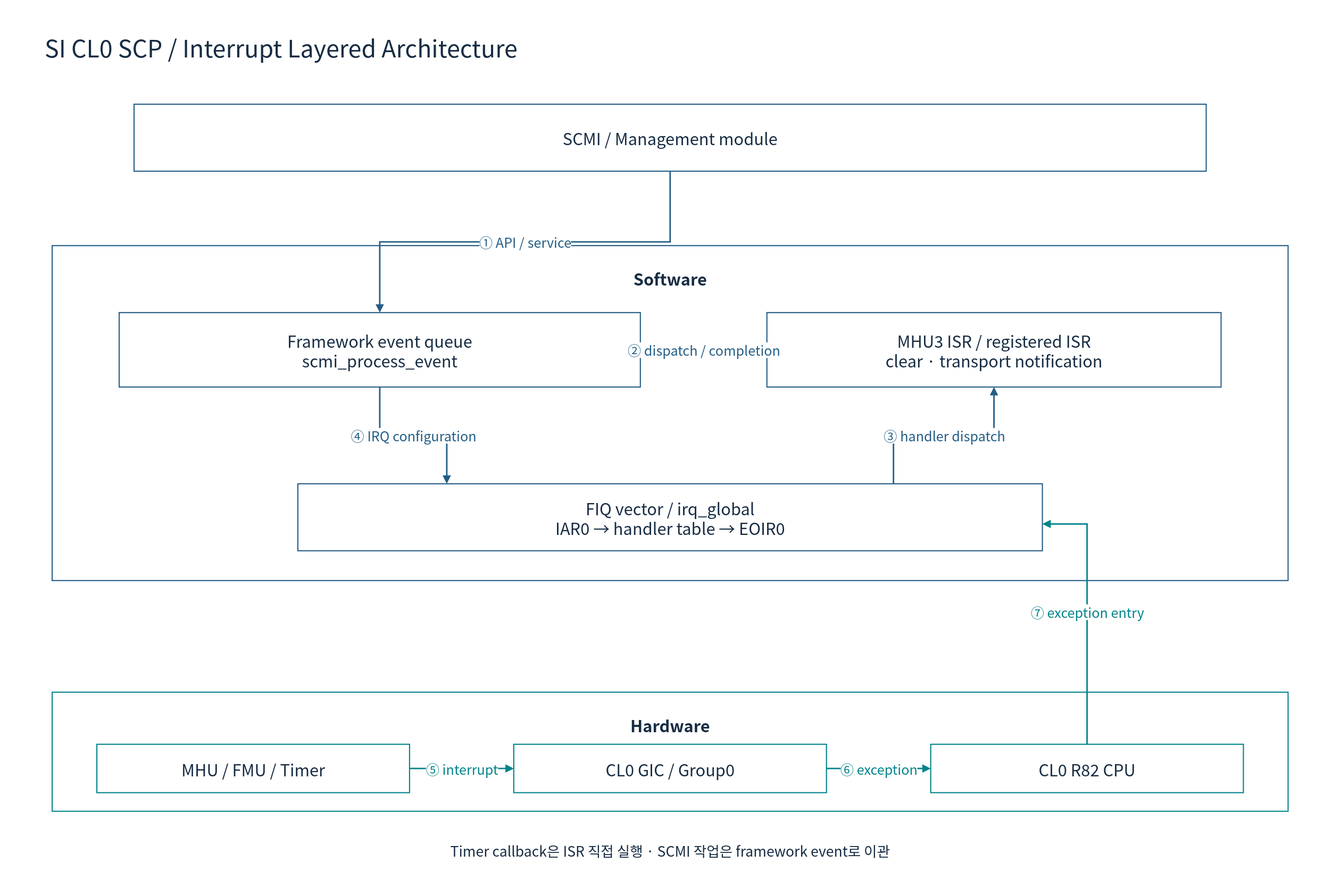
Earlier version of the draw.io export doc/phase1/interrupt/diagrams/08e-scp-software.drawio.svg (cometzero/project-apollo). Source tidied: cells renumbered, new cells last; positions are measured from the earlier drawing's top-left corner, leaving out a move shared by most shapes. Its diagram source:
```xml
<mxGraphModel background="#FFFFFF">
  <root>
    <mxCell id="0" />
    <mxCell id="1" parent="0" />
    <mxCell id="2" style="rounded=0;whiteSpace=wrap;html=1;fillColor=#FFFFFF;strokeColor=none;strokeWidth=1.5;fontColor=#172C43;fontFamily=Noto Sans CJK KR;fontSize=22;spacing=10;" parent="1" vertex="1">
      <mxGeometry width="1800" height="1180" as="geometry" />
    </mxCell>
    <mxCell id="3" value="SI CL0 SCP / Interrupt Layered Architecture" style="rounded=0;whiteSpace=wrap;html=1;fillColor=#FFFFFF;strokeColor=none;strokeWidth=1.5;fontColor=#172C43;fontFamily=Noto Sans CJK KR;fontSize=22;spacing=10;fontSize=32;align=left;" parent="1" vertex="1">
      <mxGeometry x="50" y="30" width="1700" height="65" as="geometry" />
    </mxCell>
    <mxCell id="4" value="SCMI / Management module" style="rounded=0;whiteSpace=wrap;html=1;fillColor=#FFFFFF;strokeColor=#235D86;strokeWidth=1.5;fontColor=#172C43;fontFamily=Noto Sans CJK KR;fontSize=22;spacing=10;" parent="1" vertex="1">
      <mxGeometry x="180" y="140" width="1440" height="90" as="geometry" />
    </mxCell>
    <mxCell id="5" value="Software" style="rounded=0;whiteSpace=wrap;html=1;fillColor=#FFFFFF;strokeColor=#235D86;strokeWidth=1.5;fontColor=#172C43;fontFamily=Noto Sans CJK KR;fontSize=22;spacing=10;verticalAlign=top;fontStyle=1;spacingTop=16;" parent="1" vertex="1">
      <mxGeometry x="70" y="330" width="1660" height="450" as="geometry" />
    </mxCell>
    <mxCell id="6" value="Framework event queue&#10;scmi_process_event" style="rounded=0;whiteSpace=wrap;html=1;fillColor=#FFFFFF;strokeColor=#235D86;strokeWidth=1.5;fontColor=#172C43;fontFamily=Noto Sans CJK KR;fontSize=22;spacing=10;" parent="1" vertex="1">
      <mxGeometry x="160" y="420" width="700" height="100" as="geometry" />
    </mxCell>
    <mxCell id="7" value="MHU3 ISR / registered ISR&#10;clear · transport notification" style="rounded=0;whiteSpace=wrap;html=1;fillColor=#FFFFFF;strokeColor=#235D86;strokeWidth=1.5;fontColor=#172C43;fontFamily=Noto Sans CJK KR;fontSize=22;spacing=10;" parent="1" vertex="1">
      <mxGeometry x="1030" y="420" width="610" height="100" as="geometry" />
    </mxCell>
    <mxCell id="8" value="FIQ vector / irq_global&#10;IAR0 → handler table → EOIR0" style="rounded=0;whiteSpace=wrap;html=1;fillColor=#FFFFFF;strokeColor=#235D86;strokeWidth=1.5;fontColor=#172C43;fontFamily=Noto Sans CJK KR;fontSize=22;spacing=10;" parent="1" vertex="1">
      <mxGeometry x="400" y="650" width="1000" height="90" as="geometry" />
    </mxCell>
    <mxCell id="9" value="① API / service" style="edgeStyle=orthogonalEdgeStyle;rounded=0;html=1;endArrow=block;endFill=1;strokeWidth=2;strokeColor=#235D86;fontColor=#235D86;fontFamily=Noto Sans CJK KR;fontSize=18;labelBackgroundColor=#FFFFFF;" parent="1" edge="1" source="4" target="6">
      <mxGeometry relative="1" as="geometry" />
    </mxCell>
    <mxCell id="10" value="② dispatch / completion" style="edgeStyle=orthogonalEdgeStyle;rounded=0;html=1;endArrow=block;endFill=1;strokeWidth=2;strokeColor=#235D86;fontColor=#235D86;fontFamily=Noto Sans CJK KR;fontSize=18;labelBackgroundColor=#FFFFFF;" parent="1" edge="1" source="7" target="6">
      <mxGeometry relative="1" as="geometry" />
    </mxCell>
    <mxCell id="11" value="③ handler dispatch" style="edgeStyle=orthogonalEdgeStyle;rounded=0;html=1;endArrow=block;endFill=1;strokeWidth=2;strokeColor=#235D86;fontColor=#235D86;fontFamily=Noto Sans CJK KR;fontSize=18;labelBackgroundColor=#FFFFFF;exitX=0.8;exitY=0;entryX=0.5;entryY=1;" parent="1" edge="1" source="8" target="7">
      <mxGeometry relative="1" as="geometry" />
    </mxCell>
    <mxCell id="12" value="④ IRQ configuration" style="edgeStyle=orthogonalEdgeStyle;rounded=0;html=1;endArrow=block;endFill=1;strokeWidth=2;strokeColor=#235D86;fontColor=#235D86;fontFamily=Noto Sans CJK KR;fontSize=18;labelBackgroundColor=#FFFFFF;exitX=0.5;exitY=1;entryX=0.2;entryY=0;" parent="1" edge="1" source="6" target="8">
      <mxGeometry relative="1" as="geometry" />
    </mxCell>
    <mxCell id="13" value="Hardware" style="rounded=0;whiteSpace=wrap;html=1;fillColor=#FFFFFF;strokeColor=#00838A;strokeWidth=1.5;fontColor=#172C43;fontFamily=Noto Sans CJK KR;fontSize=22;spacing=10;verticalAlign=top;fontStyle=1;spacingTop=16;" parent="1" vertex="1">
      <mxGeometry x="70" y="930" width="1660" height="160" as="geometry" />
    </mxCell>
    <mxCell id="14" value="MHU / FMU / Timer" style="rounded=0;whiteSpace=wrap;html=1;fillColor=#FFFFFF;strokeColor=#00838A;strokeWidth=1.5;fontColor=#172C43;fontFamily=Noto Sans CJK KR;fontSize=22;spacing=10;" parent="1" vertex="1">
      <mxGeometry x="130" y="1000" width="420" height="65" as="geometry" />
    </mxCell>
    <mxCell id="15" value="CL0 GIC / Group0" style="rounded=0;whiteSpace=wrap;html=1;fillColor=#FFFFFF;strokeColor=#00838A;strokeWidth=1.5;fontColor=#172C43;fontFamily=Noto Sans CJK KR;fontSize=22;spacing=10;" parent="1" vertex="1">
      <mxGeometry x="690" y="1000" width="420" height="65" as="geometry" />
    </mxCell>
    <mxCell id="16" value="CL0 R82 CPU" style="rounded=0;whiteSpace=wrap;html=1;fillColor=#FFFFFF;strokeColor=#00838A;strokeWidth=1.5;fontColor=#172C43;fontFamily=Noto Sans CJK KR;fontSize=22;spacing=10;" parent="1" vertex="1">
      <mxGeometry x="1250" y="1000" width="420" height="65" as="geometry" />
    </mxCell>
    <mxCell id="17" value="⑤ interrupt" style="edgeStyle=orthogonalEdgeStyle;rounded=0;html=1;endArrow=block;endFill=1;strokeWidth=2;strokeColor=#00838A;fontColor=#00838A;fontFamily=Noto Sans CJK KR;fontSize=18;labelBackgroundColor=#FFFFFF;" parent="1" edge="1" source="14" target="15">
      <mxGeometry relative="1" as="geometry" />
    </mxCell>
    <mxCell id="18" value="⑥ exception" style="edgeStyle=orthogonalEdgeStyle;rounded=0;html=1;endArrow=block;endFill=1;strokeWidth=2;strokeColor=#00838A;fontColor=#00838A;fontFamily=Noto Sans CJK KR;fontSize=18;labelBackgroundColor=#FFFFFF;" parent="1" edge="1" source="15" target="16">
      <mxGeometry relative="1" as="geometry" />
    </mxCell>
    <mxCell id="19" value="⑦ exception entry" style="edgeStyle=orthogonalEdgeStyle;rounded=0;html=1;endArrow=block;endFill=1;strokeWidth=2;strokeColor=#00838A;fontColor=#00838A;fontFamily=Noto Sans CJK KR;fontSize=18;labelBackgroundColor=#FFFFFF;exitX=0.5;exitY=0;entryX=1;entryY=0.6;" parent="1" edge="1" source="16" target="8">
      <mxGeometry relative="1" as="geometry" />
    </mxCell>
    <mxCell id="20" value="Timer callback은 ISR 직접 실행 · SCMI 작업은 framework event로 이관" style="rounded=0;whiteSpace=wrap;html=1;fillColor=#FFFFFF;strokeColor=none;strokeWidth=1.5;fontColor=#172C43;fontFamily=Noto Sans CJK KR;fontSize=22;spacing=10;fontSize=19;" parent="1" vertex="1">
      <mxGeometry x="70" y="1120" width="1660" height="45" as="geometry" />
    </mxCell>
  </root>
</mxGraphModel>
```
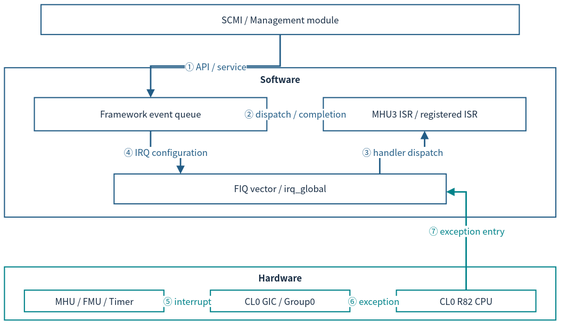
Later version of the same file.

Diff of the diagram source:
```diff
@@ -2,62 +2,53 @@
   <root>
     <mxCell id="0" />
     <mxCell id="1" parent="0" />
-    <mxCell id="2" style="rounded=0;whiteSpace=wrap;html=1;fillColor=#FFFFFF;strokeColor=none;strokeWidth=1.5;fontColor=#172C43;fontFamily=Noto Sans CJK KR;fontSize=22;spacing=10;" parent="1" vertex="1">
-      <mxGeometry width="1800" height="1180" as="geometry" />
-    </mxCell>
-    <mxCell id="3" value="SI CL0 SCP / Interrupt Layered Architecture" style="rounded=0;whiteSpace=wrap;html=1;fillColor=#FFFFFF;strokeColor=none;strokeWidth=1.5;fontColor=#172C43;fontFamily=Noto Sans CJK KR;fontSize=22;spacing=10;fontSize=32;align=left;" parent="1" vertex="1">
-      <mxGeometry x="50" y="30" width="1700" height="65" as="geometry" />
-    </mxCell>
-    <mxCell id="4" value="SCMI / Management module" style="rounded=0;whiteSpace=wrap;html=1;fillColor=#FFFFFF;strokeColor=#235D86;strokeWidth=1.5;fontColor=#172C43;fontFamily=Noto Sans CJK KR;fontSize=22;spacing=10;" parent="1" vertex="1">
-      <mxGeometry x="180" y="140" width="1440" height="90" as="geometry" />
+    <mxCell id="4" value="SCMI / Management module" style="rounded=0;whiteSpace=wrap;html=1;fillColor=#FFFFFF;strokeColor=#235D86;strokeWidth=1.5;fontColor=#172C43;fontFamily=Noto Sans CJK KR;fontSize=12;spacing=3;whiteSpace=wrap;" parent="1" vertex="1">
+      <mxGeometry x="61" y="12" width="641.9" height="40.1" as="geometry" />
     </mxCell>
-    <mxCell id="5" value="Software" style="rounded=0;whiteSpace=wrap;html=1;fillColor=#FFFFFF;strokeColor=#235D86;strokeWidth=1.5;fontColor=#172C43;fontFamily=Noto Sans CJK KR;fontSize=22;spacing=10;verticalAlign=top;fontStyle=1;spacingTop=16;" parent="1" vertex="1">
-      <mxGeometry x="70" y="330" width="1660" height="450" as="geometry" />
+    <mxCell id="5" value="Software" style="rounded=0;whiteSpace=wrap;html=1;fillColor=#FFFFFF;strokeColor=#235D86;strokeWidth=1.5;fontColor=#172C43;fontFamily=Noto Sans CJK KR;verticalAlign=top;fontStyle=1;fontSize=12;spacing=3;whiteSpace=wrap;" parent="1" vertex="1">
+      <mxGeometry x="12" y="96.7" width="740" height="200.6" as="geometry" />
     </mxCell>
-    <mxCell id="6" value="Framework event queue&#10;scmi_process_event" style="rounded=0;whiteSpace=wrap;html=1;fillColor=#FFFFFF;strokeColor=#235D86;strokeWidth=1.5;fontColor=#172C43;fontFamily=Noto Sans CJK KR;fontSize=22;spacing=10;" parent="1" vertex="1">
-      <mxGeometry x="160" y="420" width="700" height="100" as="geometry" />
+    <mxCell id="6" value="Framework event queue" style="rounded=0;whiteSpace=wrap;html=1;fillColor=#FFFFFF;strokeColor=#235D86;strokeWidth=1.5;fontColor=#172C43;fontFamily=Noto Sans CJK KR;fontSize=12;spacing=3;whiteSpace=wrap;" parent="1" vertex="1">
+      <mxGeometry x="52.1" y="136.8" width="312.1" height="44.6" as="geometry" />
     </mxCell>
-    <mxCell id="7" value="MHU3 ISR / registered ISR&#10;clear · transport notification" style="rounded=0;whiteSpace=wrap;html=1;fillColor=#FFFFFF;strokeColor=#235D86;strokeWidth=1.5;fontColor=#172C43;fontFamily=Noto Sans CJK KR;fontSize=22;spacing=10;" parent="1" vertex="1">
-      <mxGeometry x="1030" y="420" width="610" height="100" as="geometry" />
+    <mxCell id="7" value="MHU3 ISR / registered ISR" style="rounded=0;whiteSpace=wrap;html=1;fillColor=#FFFFFF;strokeColor=#235D86;strokeWidth=1.5;fontColor=#172C43;fontFamily=Noto Sans CJK KR;fontSize=12;spacing=3;whiteSpace=wrap;" parent="1" vertex="1">
+      <mxGeometry x="439.9" y="136.8" width="271.9" height="44.6" as="geometry" />
     </mxCell>
-    <mxCell id="8" value="FIQ vector / irq_global&#10;IAR0 → handler table → EOIR0" style="rounded=0;whiteSpace=wrap;html=1;fillColor=#FFFFFF;strokeColor=#235D86;strokeWidth=1.5;fontColor=#172C43;fontFamily=Noto Sans CJK KR;fontSize=22;spacing=10;" parent="1" vertex="1">
-      <mxGeometry x="400" y="650" width="1000" height="90" as="geometry" />
+    <mxCell id="8" value="FIQ vector / irq_global" style="rounded=0;whiteSpace=wrap;html=1;fillColor=#FFFFFF;strokeColor=#235D86;strokeWidth=1.5;fontColor=#172C43;fontFamily=Noto Sans CJK KR;fontSize=12;spacing=3;whiteSpace=wrap;" parent="1" vertex="1">
+      <mxGeometry x="159.1" y="239.3" width="445.8" height="40.1" as="geometry" />
     </mxCell>
-    <mxCell id="9" value="① API / service" style="edgeStyle=orthogonalEdgeStyle;rounded=0;html=1;endArrow=block;endFill=1;strokeWidth=2;strokeColor=#235D86;fontColor=#235D86;fontFamily=Noto Sans CJK KR;fontSize=18;labelBackgroundColor=#FFFFFF;" parent="1" edge="1" source="4" target="6">
+    <mxCell id="9" value="① API / service" style="edgeStyle=orthogonalEdgeStyle;rounded=0;html=1;endArrow=block;endFill=1;strokeWidth=2;strokeColor=#235D86;fontColor=#235D86;fontFamily=Noto Sans CJK KR;labelBackgroundColor=#FFFFFF;fontSize=12;spacing=3;whiteSpace=nowrap;" parent="1" edge="1" source="4" target="6">
       <mxGeometry relative="1" as="geometry" />
     </mxCell>
-    <mxCell id="10" value="② dispatch / completion" style="edgeStyle=orthogonalEdgeStyle;rounded=0;html=1;endArrow=block;endFill=1;strokeWidth=2;strokeColor=#235D86;fontColor=#235D86;fontFamily=Noto Sans CJK KR;fontSize=18;labelBackgroundColor=#FFFFFF;" parent="1" edge="1" source="7" target="6">
+    <mxCell id="10" value="② dispatch / completion" style="edgeStyle=orthogonalEdgeStyle;rounded=0;html=1;endArrow=block;endFill=1;strokeWidth=2;strokeColor=#235D86;fontColor=#235D86;fontFamily=Noto Sans CJK KR;labelBackgroundColor=#FFFFFF;fontSize=12;spacing=3;whiteSpace=nowrap;" parent="1" edge="1" source="7" target="6">
       <mxGeometry relative="1" as="geometry" />
     </mxCell>
-    <mxCell id="11" value="③ handler dispatch" style="edgeStyle=orthogonalEdgeStyle;rounded=0;html=1;endArrow=block;endFill=1;strokeWidth=2;strokeColor=#235D86;fontColor=#235D86;fontFamily=Noto Sans CJK KR;fontSize=18;labelBackgroundColor=#FFFFFF;exitX=0.8;exitY=0;entryX=0.5;entryY=1;" parent="1" edge="1" source="8" target="7">
+    <mxCell id="11" value="③ handler dispatch" style="edgeStyle=orthogonalEdgeStyle;rounded=0;html=1;endArrow=block;endFill=1;strokeWidth=2;strokeColor=#235D86;fontColor=#235D86;fontFamily=Noto Sans CJK KR;labelBackgroundColor=#FFFFFF;exitX=0.8;exitY=0;entryX=0.5;entryY=1;fontSize=12;spacing=3;whiteSpace=nowrap;" parent="1" edge="1" source="8" target="7">
       <mxGeometry relative="1" as="geometry" />
     </mxCell>
-    <mxCell id="12" value="④ IRQ configuration" style="edgeStyle=orthogonalEdgeStyle;rounded=0;html=1;endArrow=block;endFill=1;strokeWidth=2;strokeColor=#235D86;fontColor=#235D86;fontFamily=Noto Sans CJK KR;fontSize=18;labelBackgroundColor=#FFFFFF;exitX=0.5;exitY=1;entryX=0.2;entryY=0;" parent="1" edge="1" source="6" target="8">
+    <mxCell id="12" value="④ IRQ configuration" style="edgeStyle=orthogonalEdgeStyle;rounded=0;html=1;endArrow=block;endFill=1;strokeWidth=2;strokeColor=#235D86;fontColor=#235D86;fontFamily=Noto Sans CJK KR;labelBackgroundColor=#FFFFFF;exitX=0.5;exitY=1;entryX=0.2;entryY=0;fontSize=12;spacing=3;whiteSpace=nowrap;" parent="1" edge="1" source="6" target="8">
       <mxGeometry relative="1" as="geometry" />
     </mxCell>
-    <mxCell id="13" value="Hardware" style="rounded=0;whiteSpace=wrap;html=1;fillColor=#FFFFFF;strokeColor=#00838A;strokeWidth=1.5;fontColor=#172C43;fontFamily=Noto Sans CJK KR;fontSize=22;spacing=10;verticalAlign=top;fontStyle=1;spacingTop=16;" parent="1" vertex="1">
-      <mxGeometry x="70" y="930" width="1660" height="160" as="geometry" />
+    <mxCell id="13" value="Hardware" style="rounded=0;whiteSpace=wrap;html=1;fillColor=#FFFFFF;strokeColor=#00838A;strokeWidth=1.5;fontColor=#172C43;fontFamily=Noto Sans CJK KR;verticalAlign=top;fontStyle=1;fontSize=12;spacing=3;whiteSpace=wrap;" parent="1" vertex="1">
+      <mxGeometry x="12" y="364.2" width="740" height="71.3" as="geometry" />
     </mxCell>
-    <mxCell id="14" value="MHU / FMU / Timer" style="rounded=0;whiteSpace=wrap;html=1;fillColor=#FFFFFF;strokeColor=#00838A;strokeWidth=1.5;fontColor=#172C43;fontFamily=Noto Sans CJK KR;fontSize=22;spacing=10;" parent="1" vertex="1">
-      <mxGeometry x="130" y="1000" width="420" height="65" as="geometry" />
+    <mxCell id="14" value="MHU / FMU / Timer" style="rounded=0;whiteSpace=wrap;html=1;fillColor=#FFFFFF;strokeColor=#00838A;strokeWidth=1.5;fontColor=#172C43;fontFamily=Noto Sans CJK KR;fontSize=12;spacing=3;whiteSpace=wrap;" parent="1" vertex="1">
+      <mxGeometry x="38.8" y="395.4" width="187.2" height="29" as="geometry" />
     </mxCell>
-    <mxCell id="15" value="CL0 GIC / Group0" style="rounded=0;whiteSpace=wrap;html=1;fillColor=#FFFFFF;strokeColor=#00838A;strokeWidth=1.5;fontColor=#172C43;fontFamily=Noto Sans CJK KR;fontSize=22;spacing=10;" parent="1" vertex="1">
-      <mxGeometry x="690" y="1000" width="420" height="65" as="geometry" />
+    <mxCell id="15" value="CL0 GIC / Group0" style="rounded=0;whiteSpace=wrap;html=1;fillColor=#FFFFFF;strokeColor=#00838A;strokeWidth=1.5;fontColor=#172C43;fontFamily=Noto Sans CJK KR;fontSize=12;spacing=3;whiteSpace=wrap;" parent="1" vertex="1">
+      <mxGeometry x="288.4" y="395.4" width="187.2" height="29" as="geometry" />
     </mxCell>
-    <mxCell id="16" value="CL0 R82 CPU" style="rounded=0;whiteSpace=wrap;html=1;fillColor=#FFFFFF;strokeColor=#00838A;strokeWidth=1.5;fontColor=#172C43;fontFamily=Noto Sans CJK KR;fontSize=22;spacing=10;" parent="1" vertex="1">
-      <mxGeometry x="1250" y="1000" width="420" height="65" as="geometry" />
+    <mxCell id="16" value="CL0 R82 CPU" style="rounded=0;whiteSpace=wrap;html=1;fillColor=#FFFFFF;strokeColor=#00838A;strokeWidth=1.5;fontColor=#172C43;fontFamily=Noto Sans CJK KR;fontSize=12;spacing=3;whiteSpace=wrap;" parent="1" vertex="1">
+      <mxGeometry x="538" y="395.4" width="187.2" height="29" as="geometry" />
     </mxCell>
-    <mxCell id="17" value="⑤ interrupt" style="edgeStyle=orthogonalEdgeStyle;rounded=0;html=1;endArrow=block;endFill=1;strokeWidth=2;strokeColor=#00838A;fontColor=#00838A;fontFamily=Noto Sans CJK KR;fontSize=18;labelBackgroundColor=#FFFFFF;" parent="1" edge="1" source="14" target="15">
+    <mxCell id="17" value="⑤ interrupt" style="edgeStyle=orthogonalEdgeStyle;rounded=0;html=1;endArrow=block;endFill=1;strokeWidth=2;strokeColor=#00838A;fontColor=#00838A;fontFamily=Noto Sans CJK KR;labelBackgroundColor=#FFFFFF;fontSize=12;spacing=3;whiteSpace=nowrap;" parent="1" edge="1" source="14" target="15">
       <mxGeometry relative="1" as="geometry" />
     </mxCell>
-    <mxCell id="18" value="⑥ exception" style="edgeStyle=orthogonalEdgeStyle;rounded=0;html=1;endArrow=block;endFill=1;strokeWidth=2;strokeColor=#00838A;fontColor=#00838A;fontFamily=Noto Sans CJK KR;fontSize=18;labelBackgroundColor=#FFFFFF;" parent="1" edge="1" source="15" target="16">
+    <mxCell id="18" value="⑥ exception" style="edgeStyle=orthogonalEdgeStyle;rounded=0;html=1;endArrow=block;endFill=1;strokeWidth=2;strokeColor=#00838A;fontColor=#00838A;fontFamily=Noto Sans CJK KR;labelBackgroundColor=#FFFFFF;fontSize=12;spacing=3;whiteSpace=nowrap;" parent="1" edge="1" source="15" target="16">
       <mxGeometry relative="1" as="geometry" />
     </mxCell>
-    <mxCell id="19" value="⑦ exception entry" style="edgeStyle=orthogonalEdgeStyle;rounded=0;html=1;endArrow=block;endFill=1;strokeWidth=2;strokeColor=#00838A;fontColor=#00838A;fontFamily=Noto Sans CJK KR;fontSize=18;labelBackgroundColor=#FFFFFF;exitX=0.5;exitY=0;entryX=1;entryY=0.6;" parent="1" edge="1" source="16" target="8">
+    <mxCell id="19" value="⑦ exception entry" style="edgeStyle=orthogonalEdgeStyle;rounded=0;html=1;endArrow=block;endFill=1;strokeWidth=2;strokeColor=#00838A;fontColor=#00838A;fontFamily=Noto Sans CJK KR;labelBackgroundColor=#FFFFFF;exitX=0.5;exitY=0;entryX=1;entryY=0.6;fontSize=12;spacing=3;whiteSpace=nowrap;" parent="1" edge="1" source="16" target="8">
       <mxGeometry relative="1" as="geometry" />
     </mxCell>
-    <mxCell id="20" value="Timer callback은 ISR 직접 실행 · SCMI 작업은 framework event로 이관" style="rounded=0;whiteSpace=wrap;html=1;fillColor=#FFFFFF;strokeColor=none;strokeWidth=1.5;fontColor=#172C43;fontFamily=Noto Sans CJK KR;fontSize=22;spacing=10;fontSize=19;" parent="1" vertex="1">
-      <mxGeometry x="70" y="1120" width="1660" height="45" as="geometry" />
-    </mxCell>
   </root>
 </mxGraphModel>
```
